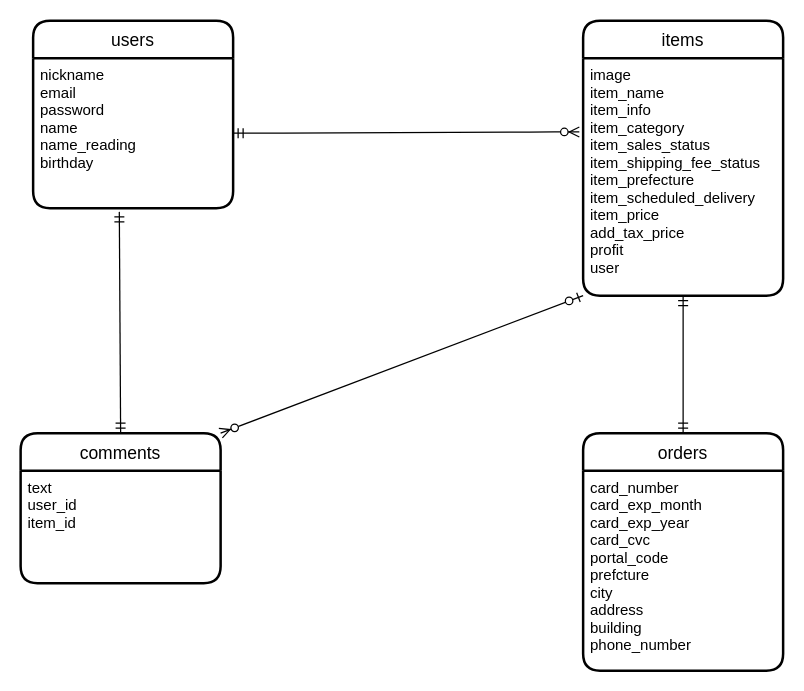
This is db.dio from Jun922/furima-34716, a draw.io file, before an edit. Source tidied: cells renumbered, new cells numbered last; positions are measured from the earlier drawing's top-left corner, leaving out a move shared by most shapes. Both pictures are drawn from the tidied source at 125%, with x=0, y=0 at pixel (20, 20).
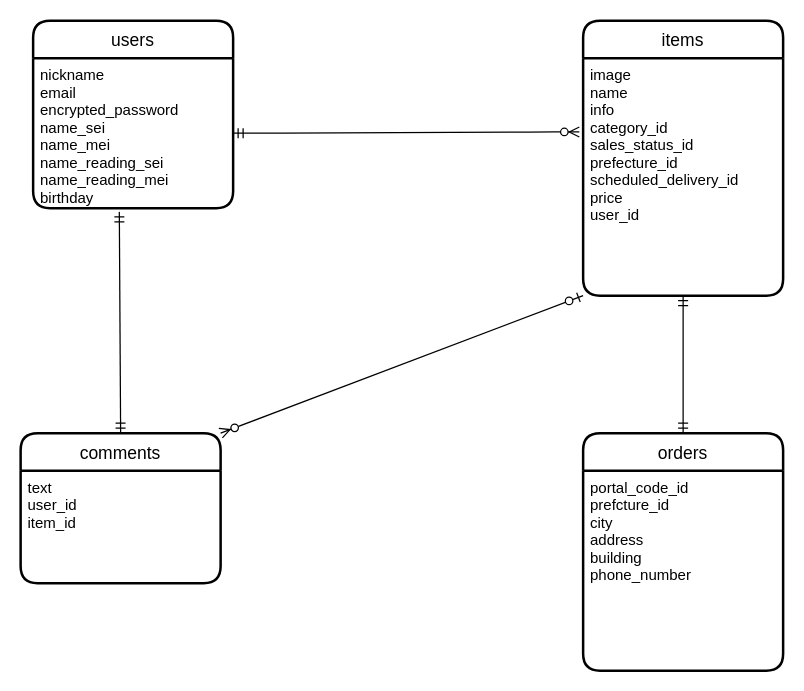
The same page after the edit.

Change to the diagram source:
```diff
@@
 <mxGraphModel>
   <root>
     <mxCell id="0" />
     <mxCell id="1" parent="0" />
     <mxCell id="2" value="users" style="swimlane;horizontal=1;startSize=30;rounded=1;fontSize=14;fontStyle=0;strokeWidth=2;shadow=0;dashed=0;align=center;" parent="1" vertex="1">
       <mxGeometry x="10" width="160" height="150" as="geometry" />
     </mxCell>
-    <mxCell id="3" value="nickname&#10;email&#10;password&#10;name&#10;name_reading&#10;birthday" style="align=left;strokeColor=none;fillColor=none;spacingLeft=4;fontSize=12;verticalAlign=top;" parent="2" vertex="1">
+    <mxCell id="3" value="nickname&#10;email&#10;encrypted_password&#10;name_sei&#10;name_mei&#10;name_reading_sei&#10;name_reading_mei&#10;birthday" style="align=left;strokeColor=none;fillColor=none;spacingLeft=4;fontSize=12;verticalAlign=top;" parent="2" vertex="1">
       <mxGeometry y="30" width="160" height="120" as="geometry" />
     </mxCell>
     <mxCell id="4" value="items" style="swimlane;horizontal=1;startSize=30;rounded=1;fontSize=14;fontStyle=0;strokeWidth=2;shadow=0;dashed=0;align=center;" parent="1" vertex="1">
       <mxGeometry x="450" width="160" height="220" as="geometry" />
     </mxCell>
-    <mxCell id="5" value="image&#10;item_name&#10;item_info&#10;item_category&#10;item_sales_status&#10;item_shipping_fee_status&#10;item_prefecture&#10;item_scheduled_delivery&#10;item_price&#10;add_tax_price&#10;profit&#10;user" style="align=left;strokeColor=none;fillColor=none;spacingLeft=4;fontSize=12;verticalAlign=top;" parent="4" vertex="1">
+    <mxCell id="5" value="image&#10;name&#10;info&#10;category_id&#10;sales_status_id&#10;prefecture_id&#10;scheduled_delivery_id&#10;price&#10;user_id" style="align=left;strokeColor=none;fillColor=none;spacingLeft=4;fontSize=12;verticalAlign=top;" parent="4" vertex="1">
       <mxGeometry y="30" width="160" height="190" as="geometry" />
     </mxCell>
     <mxCell id="6" value="comments" style="swimlane;horizontal=1;startSize=30;rounded=1;fontSize=14;fontStyle=0;strokeWidth=2;shadow=0;dashed=0;align=center;" parent="1" vertex="1">
       <mxGeometry y="330" width="160" height="120" as="geometry" />
     </mxCell>
     <mxCell id="7" value="text&#10;user_id&#10;item_id" style="align=left;strokeColor=none;fillColor=none;spacingLeft=4;fontSize=12;verticalAlign=top;" parent="6" vertex="1">
       <mxGeometry y="30" width="160" height="90" as="geometry" />
     </mxCell>
     <mxCell id="8" value="orders" style="swimlane;horizontal=1;startSize=30;rounded=1;fontSize=14;fontStyle=0;strokeWidth=2;shadow=0;dashed=0;align=center;" parent="1" vertex="1">
       <mxGeometry x="450" y="330" width="160" height="190" as="geometry" />
     </mxCell>
-    <mxCell id="9" value="card_number&#10;card_exp_month&#10;card_exp_year&#10;card_cvc&#10;portal_code&#10;prefcture&#10;city&#10;address&#10;building&#10;phone_number" style="align=left;strokeColor=none;fillColor=none;spacingLeft=4;fontSize=12;verticalAlign=top;" parent="8" vertex="1">
+    <mxCell id="9" value="portal_code_id&#10;prefcture_id&#10;city&#10;address&#10;building&#10;phone_number" style="align=left;strokeColor=none;fillColor=none;spacingLeft=4;fontSize=12;verticalAlign=top;" parent="8" vertex="1">
       <mxGeometry y="30" width="160" height="160" as="geometry" />
     </mxCell>
     <mxCell id="10" style="edgeStyle=entityRelationEdgeStyle;fontSize=12;html=1;endArrow=ERzeroToMany;startArrow=ERmandOne;exitX=1;exitY=0.5;exitDx=0;exitDy=0;entryX=-0.019;entryY=0.311;entryDx=0;entryDy=0;entryPerimeter=0;" parent="1" edge="1" source="3" target="5">
       <mxGeometry relative="1" as="geometry" />
     </mxCell>
     <mxCell id="11" style="fontSize=12;html=1;endArrow=ERmandOne;startArrow=ERmandOne;entryX=0.431;entryY=1.025;entryDx=0;entryDy=0;entryPerimeter=0;exitX=0.5;exitY=0;exitDx=0;exitDy=0;" parent="1" edge="1" source="6" target="3">
       <mxGeometry relative="1" as="geometry" />
     </mxCell>
     <mxCell id="12" style="fontSize=12;html=1;endArrow=ERzeroToMany;startArrow=ERzeroToOne;exitX=0;exitY=1;exitDx=0;exitDy=0;entryX=1;entryY=0;entryDx=0;entryDy=0;" parent="1" edge="1" source="5" target="6">
       <mxGeometry relative="1" as="geometry" />
     </mxCell>
     <mxCell id="13" style="fontSize=12;html=1;endArrow=ERmandOne;startArrow=ERmandOne;exitX=0.5;exitY=0;exitDx=0;exitDy=0;entryX=0.5;entryY=1;entryDx=0;entryDy=0;" parent="1" edge="1" source="8" target="5">
       <mxGeometry relative="1" as="geometry" />
     </mxCell>
   </root>
 </mxGraphModel>
```
